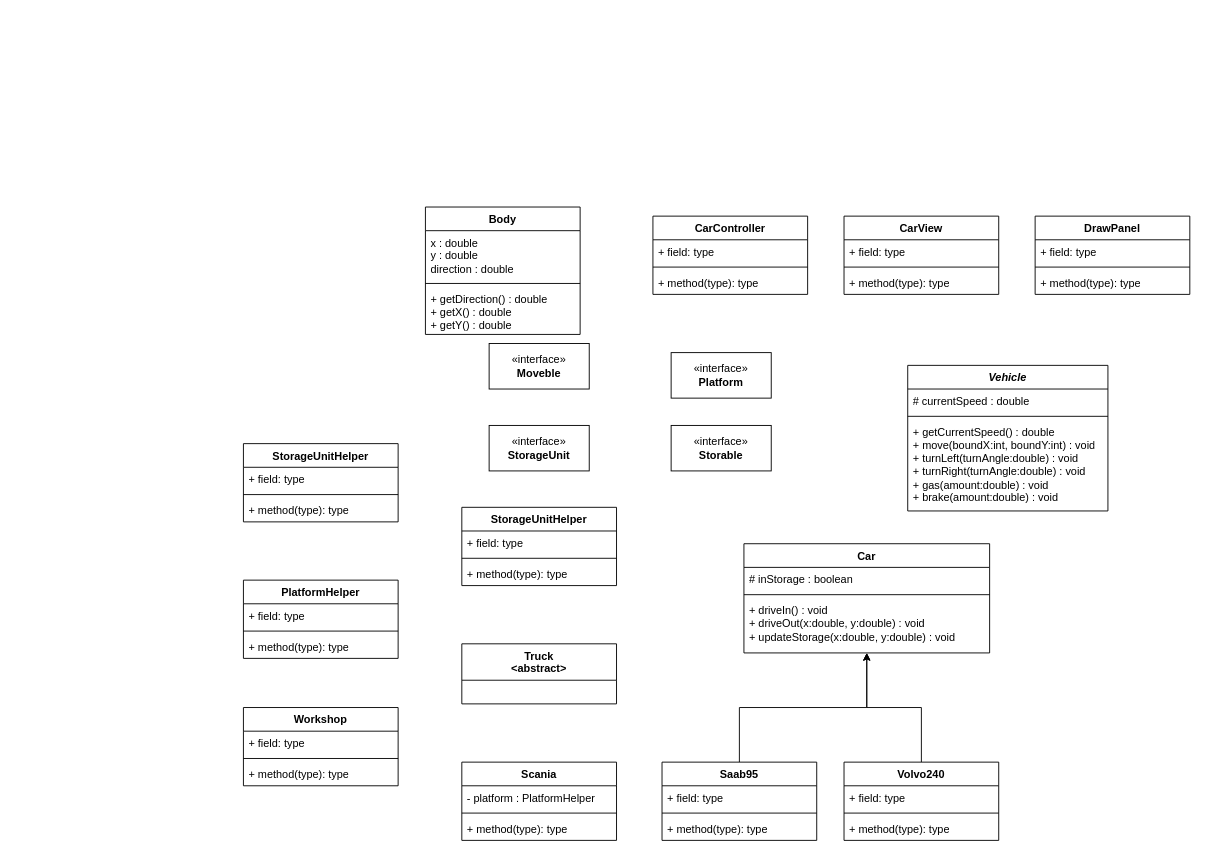
Before: Labb3pre.drawio in ErikFogelstrand/lab1-riktig, a draw.io diagram. Source tidied: cells renumbered, new cells numbered last; positions are measured from the earlier drawing's top-left corner, leaving out a move shared by most shapes. Both pictures are drawn from the tidied source at 91%, with x=0, y=0 at pixel (243, 207).
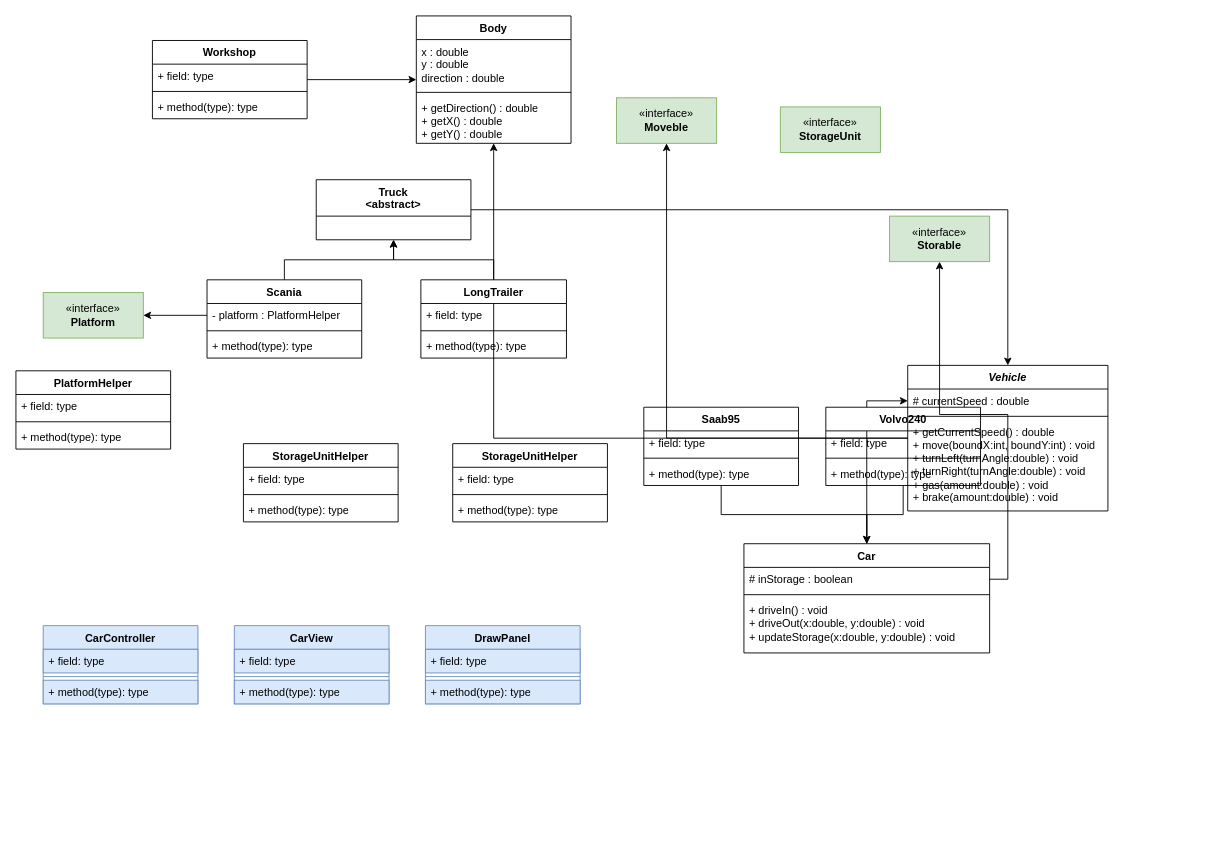
The same page after the edit.

Commit message:
Uppdatera fritte

The change refers to these unchanged cells:
```xml
<mxCell id="6" value="Car" style="swimlane;fontStyle=1;align=center;verticalAlign=top;horizontal=1;startSize=26;whiteSpace=wrap;html=1;" parent="1" vertex="1">
  <mxGeometry x="550" y="370" width="270" height="120" as="geometry" />
</mxCell>
<mxCell id="7" value="# inStorage : boolean" style="text;strokeColor=none;fillColor=none;align=left;verticalAlign=top;spacingLeft=4;spacingRight=4;overflow=hidden;points=[[0,0.5],[1,0.5]];portConstraint=eastwest;whiteSpace=wrap;html=1;" parent="6" vertex="1">
  <mxGeometry y="26" width="270" height="26" as="geometry" />
</mxCell>
<mxCell id="40" value="- platform : PlatformHelper" style="text;strokeColor=none;fillColor=none;align=left;verticalAlign=top;spacingLeft=4;spacingRight=4;overflow=hidden;points=[[0,0.5],[1,0.5]];portConstraint=eastwest;whiteSpace=wrap;html=1;" parent="39" vertex="1">
  <mxGeometry y="26" width="170" height="26" as="geometry" />
</mxCell>
<mxCell id="43" value="&lt;i&gt;Vehicle&lt;/i&gt;" style="swimlane;fontStyle=1;align=center;verticalAlign=top;horizontal=1;startSize=26;whiteSpace=wrap;html=1;" parent="1" vertex="1">
  <mxGeometry x="730" y="174" width="220" height="160" as="geometry" />
</mxCell>
<mxCell id="44" value="# currentSpeed : double" style="text;strokeColor=none;fillColor=none;align=left;verticalAlign=top;spacingLeft=4;spacingRight=4;overflow=hidden;points=[[0,0.5],[1,0.5]];portConstraint=eastwest;whiteSpace=wrap;html=1;" parent="43" vertex="1">
  <mxGeometry y="26" width="220" height="26" as="geometry" />
</mxCell>
```

Diff of the diagram source:
```diff
@@
     <mxCell id="2" value="&lt;div&gt;Body&lt;/div&gt;" style="swimlane;fontStyle=1;align=center;verticalAlign=top;horizontal=1;startSize=26;whiteSpace=wrap;html=1;" parent="1" vertex="1">
-      <mxGeometry x="200" width="170" height="140" as="geometry" />
+      <mxGeometry x="190" y="-210" width="170" height="140" as="geometry" />
     </mxCell>
@@
+    <mxCell id="61" style="edgeStyle=orthogonalEdgeStyle;rounded=0;jettySize=auto;html=1;" parent="1" edge="1" source="6" target="44">
+      <mxGeometry relative="1" as="geometry" />
+    </mxCell>
@@
-    <mxCell id="10" value="CarController" style="swimlane;fontStyle=1;align=center;verticalAlign=top;horizontal=1;startSize=26;whiteSpace=wrap;html=1;" parent="1" vertex="1">
-      <mxGeometry x="450" y="10" width="170" height="86" as="geometry" />
+    <mxCell id="10" value="CarController" style="swimlane;fontStyle=1;align=center;verticalAlign=top;horizontal=1;startSize=26;whiteSpace=wrap;html=1;fillColor=#dae8fc;strokeColor=#6c8ebf;" parent="1" vertex="1">
+      <mxGeometry x="-220" y="460" width="170" height="86" as="geometry" />
     </mxCell>
-    <mxCell id="11" value="+ field: type" style="text;strokeColor=none;fillColor=none;align=left;verticalAlign=top;spacingLeft=4;spacingRight=4;overflow=hidden;whiteSpace=wrap;html=1;" parent="10" vertex="1">
+    <mxCell id="11" value="+ field: type" style="text;strokeColor=#6c8ebf;fillColor=#dae8fc;align=left;verticalAlign=top;spacingLeft=4;spacingRight=4;overflow=hidden;whiteSpace=wrap;html=1;" parent="10" vertex="1">
       <mxGeometry y="26" width="170" height="26" as="geometry" />
     </mxCell>
-    <mxCell id="12" style="line;strokeWidth=1;fillColor=none;align=left;verticalAlign=middle;spacingTop=-1;spacingLeft=3;spacingRight=3;labelPosition=right;strokeColor=inherit;" parent="10" vertex="1">
+    <mxCell id="12" style="line;strokeWidth=1;fillColor=#dae8fc;align=left;verticalAlign=middle;spacingTop=-1;spacingLeft=3;spacingRight=3;labelPosition=right;strokeColor=#6c8ebf;" parent="10" vertex="1">
       <mxGeometry y="52" width="170" height="8" as="geometry" />
     </mxCell>
-    <mxCell id="13" value="+ method(type): type" style="text;strokeColor=none;fillColor=none;align=left;verticalAlign=top;spacingLeft=4;spacingRight=4;overflow=hidden;whiteSpace=wrap;html=1;" parent="10" vertex="1">
+    <mxCell id="13" value="+ method(type): type" style="text;strokeColor=#6c8ebf;fillColor=#dae8fc;align=left;verticalAlign=top;spacingLeft=4;spacingRight=4;overflow=hidden;whiteSpace=wrap;html=1;" parent="10" vertex="1">
       <mxGeometry y="60" width="170" height="26" as="geometry" />
     </mxCell>
-    <mxCell id="14" value="CarView" style="swimlane;fontStyle=1;align=center;verticalAlign=top;horizontal=1;startSize=26;whiteSpace=wrap;html=1;" parent="1" vertex="1">
-      <mxGeometry x="660" y="10" width="170" height="86" as="geometry" />
+    <mxCell id="14" value="CarView" style="swimlane;fontStyle=1;align=center;verticalAlign=top;horizontal=1;startSize=26;whiteSpace=wrap;html=1;fillColor=#dae8fc;strokeColor=#6c8ebf;" parent="1" vertex="1">
+      <mxGeometry x="-10" y="460" width="170" height="86" as="geometry" />
     </mxCell>
-    <mxCell id="15" value="+ field: type" style="text;strokeColor=none;fillColor=none;align=left;verticalAlign=top;spacingLeft=4;spacingRight=4;overflow=hidden;whiteSpace=wrap;html=1;" parent="14" vertex="1">
+    <mxCell id="15" value="+ field: type" style="text;strokeColor=#6c8ebf;fillColor=#dae8fc;align=left;verticalAlign=top;spacingLeft=4;spacingRight=4;overflow=hidden;whiteSpace=wrap;html=1;" parent="14" vertex="1">
       <mxGeometry y="26" width="170" height="26" as="geometry" />
     </mxCell>
-    <mxCell id="16" style="line;strokeWidth=1;fillColor=none;align=left;verticalAlign=middle;spacingTop=-1;spacingLeft=3;spacingRight=3;labelPosition=right;strokeColor=inherit;" parent="14" vertex="1">
+    <mxCell id="16" style="line;strokeWidth=1;fillColor=#dae8fc;align=left;verticalAlign=middle;spacingTop=-1;spacingLeft=3;spacingRight=3;labelPosition=right;strokeColor=#6c8ebf;" parent="14" vertex="1">
       <mxGeometry y="52" width="170" height="8" as="geometry" />
     </mxCell>
-    <mxCell id="17" value="+ method(type): type" style="text;strokeColor=none;fillColor=none;align=left;verticalAlign=top;spacingLeft=4;spacingRight=4;overflow=hidden;whiteSpace=wrap;html=1;" parent="14" vertex="1">
+    <mxCell id="17" value="+ method(type): type" style="text;strokeColor=#6c8ebf;fillColor=#dae8fc;align=left;verticalAlign=top;spacingLeft=4;spacingRight=4;overflow=hidden;whiteSpace=wrap;html=1;" parent="14" vertex="1">
       <mxGeometry y="60" width="170" height="26" as="geometry" />
     </mxCell>
-    <mxCell id="18" value="DrawPanel" style="swimlane;fontStyle=1;align=center;verticalAlign=top;horizontal=1;startSize=26;whiteSpace=wrap;html=1;" parent="1" vertex="1">
-      <mxGeometry x="870" y="10" width="170" height="86" as="geometry" />
+    <mxCell id="18" value="DrawPanel" style="swimlane;fontStyle=1;align=center;verticalAlign=top;horizontal=1;startSize=26;whiteSpace=wrap;html=1;fillColor=#dae8fc;strokeColor=#6c8ebf;" parent="1" vertex="1">
+      <mxGeometry x="200" y="460" width="170" height="86" as="geometry" />
     </mxCell>
-    <mxCell id="19" value="+ field: type" style="text;strokeColor=none;fillColor=none;align=left;verticalAlign=top;spacingLeft=4;spacingRight=4;overflow=hidden;whiteSpace=wrap;html=1;" parent="18" vertex="1">
+    <mxCell id="19" value="+ field: type" style="text;strokeColor=#6c8ebf;fillColor=#dae8fc;align=left;verticalAlign=top;spacingLeft=4;spacingRight=4;overflow=hidden;whiteSpace=wrap;html=1;" parent="18" vertex="1">
       <mxGeometry y="26" width="170" height="26" as="geometry" />
     </mxCell>
-    <mxCell id="20" style="line;strokeWidth=1;fillColor=none;align=left;verticalAlign=middle;spacingTop=-1;spacingLeft=3;spacingRight=3;labelPosition=right;strokeColor=inherit;" parent="18" vertex="1">
+    <mxCell id="20" style="line;strokeWidth=1;fillColor=#dae8fc;align=left;verticalAlign=middle;spacingTop=-1;spacingLeft=3;spacingRight=3;labelPosition=right;strokeColor=#6c8ebf;" parent="18" vertex="1">
       <mxGeometry y="52" width="170" height="8" as="geometry" />
     </mxCell>
-    <mxCell id="21" value="+ method(type): type" style="text;strokeColor=none;fillColor=none;align=left;verticalAlign=top;spacingLeft=4;spacingRight=4;overflow=hidden;whiteSpace=wrap;html=1;" parent="18" vertex="1">
+    <mxCell id="21" value="+ method(type): type" style="text;strokeColor=#6c8ebf;fillColor=#dae8fc;align=left;verticalAlign=top;spacingLeft=4;spacingRight=4;overflow=hidden;whiteSpace=wrap;html=1;" parent="18" vertex="1">
       <mxGeometry y="60" width="170" height="26" as="geometry" />
     </mxCell>
+    <mxCell id="62" style="edgeStyle=orthogonalEdgeStyle;rounded=0;jettySize=auto;html=1;" parent="1" edge="1" source="22" target="43">
+      <mxGeometry relative="1" as="geometry" />
+    </mxCell>
     <mxCell id="22" value="&lt;div&gt;Truck&lt;/div&gt;&lt;div&gt;&amp;lt;abstract&amp;gt;&lt;/div&gt;" style="swimlane;fontStyle=1;align=center;verticalAlign=top;horizontal=1;startSize=40;whiteSpace=wrap;html=1;" parent="1" vertex="1">
-      <mxGeometry x="240" y="480" width="170" height="66" as="geometry" />
+      <mxGeometry x="80" y="-30" width="170" height="66" as="geometry" />
     </mxCell>
-    <mxCell id="23" value="«interface»&lt;br&gt;&lt;b&gt;Moveble&lt;/b&gt;" style="html=1;whiteSpace=wrap;" parent="1" vertex="1">
-      <mxGeometry x="270" y="150" width="110" height="50" as="geometry" />
+    <mxCell id="23" value="«interface»&lt;br&gt;&lt;b&gt;Moveble&lt;/b&gt;" style="html=1;whiteSpace=wrap;fillColor=#d5e8d4;strokeColor=#82b366;" parent="1" vertex="1">
+      <mxGeometry x="410" y="-120" width="110" height="50" as="geometry" />
     </mxCell>
-    <mxCell id="24" value="«interface»&lt;br&gt;&lt;b&gt;Platform&lt;/b&gt;" style="html=1;whiteSpace=wrap;" parent="1" vertex="1">
-      <mxGeometry x="470" y="160" width="110" height="50" as="geometry" />
+    <mxCell id="24" value="«interface»&lt;br&gt;&lt;b&gt;Platform&lt;/b&gt;" style="html=1;whiteSpace=wrap;fillColor=#d5e8d4;strokeColor=#82b366;" parent="1" vertex="1">
+      <mxGeometry x="-220" y="94" width="110" height="50" as="geometry" />
     </mxCell>
     <mxCell id="25" value="PlatformHelper" style="swimlane;fontStyle=1;align=center;verticalAlign=top;horizontal=1;startSize=26;whiteSpace=wrap;html=1;" parent="1" vertex="1">
-      <mxGeometry y="410" width="170" height="86" as="geometry" />
+      <mxGeometry x="-250" y="180" width="170" height="86" as="geometry" />
     </mxCell>
@@
     <mxCell id="30" value="&lt;div&gt;Saab95&lt;/div&gt;" style="swimlane;fontStyle=1;align=center;verticalAlign=top;horizontal=1;startSize=26;whiteSpace=wrap;html=1;" parent="1" vertex="1">
-      <mxGeometry x="460" y="610" width="170" height="86" as="geometry" />
+      <mxGeometry x="440" y="220" width="170" height="86" as="geometry" />
     </mxCell>
@@
     <mxCell id="35" value="&lt;div&gt;Volvo240&lt;/div&gt;" style="swimlane;fontStyle=1;align=center;verticalAlign=top;horizontal=1;startSize=26;whiteSpace=wrap;html=1;" parent="1" vertex="1">
-      <mxGeometry x="660" y="610" width="170" height="86" as="geometry" />
+      <mxGeometry x="640" y="220" width="170" height="86" as="geometry" />
     </mxCell>
@@
+    <mxCell id="63" style="edgeStyle=orthogonalEdgeStyle;rounded=0;jettySize=auto;html=1;" parent="1" edge="1" source="39" target="22">
+      <mxGeometry relative="1" as="geometry" />
+    </mxCell>
     <mxCell id="39" value="Scania" style="swimlane;fontStyle=1;align=center;verticalAlign=top;horizontal=1;startSize=26;whiteSpace=wrap;html=1;" parent="1" vertex="1">
-      <mxGeometry x="240" y="610" width="170" height="86" as="geometry" />
+      <mxGeometry x="-40" y="80" width="170" height="86" as="geometry" />
     </mxCell>
@@
+    <mxCell id="64" style="edgeStyle=orthogonalEdgeStyle;rounded=0;jettySize=auto;html=1;" parent="1" edge="1" source="43" target="2">
+      <mxGeometry relative="1" as="geometry" />
+    </mxCell>
+    <mxCell id="65" style="edgeStyle=orthogonalEdgeStyle;rounded=0;jettySize=auto;html=1;" parent="1" edge="1" source="43" target="23">
+      <mxGeometry relative="1" as="geometry" />
+    </mxCell>
@@
-    <mxCell id="47" value="«interface»&lt;br&gt;&lt;b&gt;Storable&lt;/b&gt;" style="html=1;whiteSpace=wrap;" parent="1" vertex="1">
-      <mxGeometry x="470" y="240" width="110" height="50" as="geometry" />
+    <mxCell id="47" value="«interface»&lt;br&gt;&lt;b&gt;Storable&lt;/b&gt;" style="html=1;whiteSpace=wrap;fillColor=#d5e8d4;strokeColor=#82b366;" parent="1" vertex="1">
+      <mxGeometry x="710" y="10" width="110" height="50" as="geometry" />
     </mxCell>
-    <mxCell id="48" value="«interface»&lt;br&gt;&lt;b&gt;StorageUnit&lt;/b&gt;" style="html=1;whiteSpace=wrap;" parent="1" vertex="1">
-      <mxGeometry x="270" y="240" width="110" height="50" as="geometry" />
+    <mxCell id="48" value="«interface»&lt;br&gt;&lt;b&gt;StorageUnit&lt;/b&gt;" style="html=1;whiteSpace=wrap;fillColor=#d5e8d4;strokeColor=#82b366;" parent="1" vertex="1">
+      <mxGeometry x="590" y="-110" width="110" height="50" as="geometry" />
     </mxCell>
@@
     <mxCell id="53" value="StorageUnitHelper" style="swimlane;fontStyle=1;align=center;verticalAlign=top;horizontal=1;startSize=26;whiteSpace=wrap;html=1;" parent="1" vertex="1">
-      <mxGeometry x="240" y="330" width="170" height="86" as="geometry" />
+      <mxGeometry x="230" y="260" width="170" height="86" as="geometry" />
     </mxCell>
@@
+    <mxCell id="66" style="edgeStyle=orthogonalEdgeStyle;rounded=0;jettySize=auto;html=1;" parent="1" edge="1" source="57" target="2">
+      <mxGeometry relative="1" as="geometry" />
+    </mxCell>
     <mxCell id="57" value="&lt;div&gt;Workshop&lt;/div&gt;" style="swimlane;fontStyle=1;align=center;verticalAlign=top;horizontal=1;startSize=26;whiteSpace=wrap;html=1;" parent="1" vertex="1">
-      <mxGeometry y="550" width="170" height="86" as="geometry" />
+      <mxGeometry x="-100" y="-183" width="170" height="86" as="geometry" />
     </mxCell>
@@
+    <mxCell id="67" style="edgeStyle=orthogonalEdgeStyle;rounded=0;jettySize=auto;html=1;" parent="1" edge="1" source="40" target="24">
+      <mxGeometry relative="1" as="geometry" />
+    </mxCell>
+    <mxCell id="68" style="edgeStyle=orthogonalEdgeStyle;rounded=0;jettySize=auto;html=1;" parent="1" edge="1" source="7" target="47">
+      <mxGeometry relative="1" as="geometry" />
+    </mxCell>
+    <mxCell id="69" style="edgeStyle=orthogonalEdgeStyle;rounded=0;jettySize=auto;html=1;" parent="1" edge="1" source="70" target="22">
+      <mxGeometry relative="1" as="geometry" />
+    </mxCell>
+    <mxCell id="70" value="&lt;div&gt;LongTrailer&lt;/div&gt;" style="swimlane;fontStyle=1;align=center;verticalAlign=top;horizontal=1;startSize=26;whiteSpace=wrap;html=1;" parent="1" vertex="1">
+      <mxGeometry x="195" y="80" width="160" height="86" as="geometry" />
+    </mxCell>
+    <mxCell id="71" value="+ field: type" style="text;strokeColor=none;fillColor=none;align=left;verticalAlign=top;spacingLeft=4;spacingRight=4;overflow=hidden;whiteSpace=wrap;html=1;" parent="70" vertex="1">
+      <mxGeometry y="26" width="160" height="26" as="geometry" />
+    </mxCell>
+    <mxCell id="72" style="line;strokeWidth=1;fillColor=none;align=left;verticalAlign=middle;spacingTop=-1;spacingLeft=3;spacingRight=3;labelPosition=right;strokeColor=inherit;" parent="70" vertex="1">
+      <mxGeometry y="52" width="160" height="8" as="geometry" />
+    </mxCell>
+    <mxCell id="73" value="+ method(type): type" style="text;strokeColor=none;fillColor=none;align=left;verticalAlign=top;spacingLeft=4;spacingRight=4;overflow=hidden;whiteSpace=wrap;html=1;" parent="70" vertex="1">
+      <mxGeometry y="60" width="160" height="26" as="geometry" />
+    </mxCell>
```
